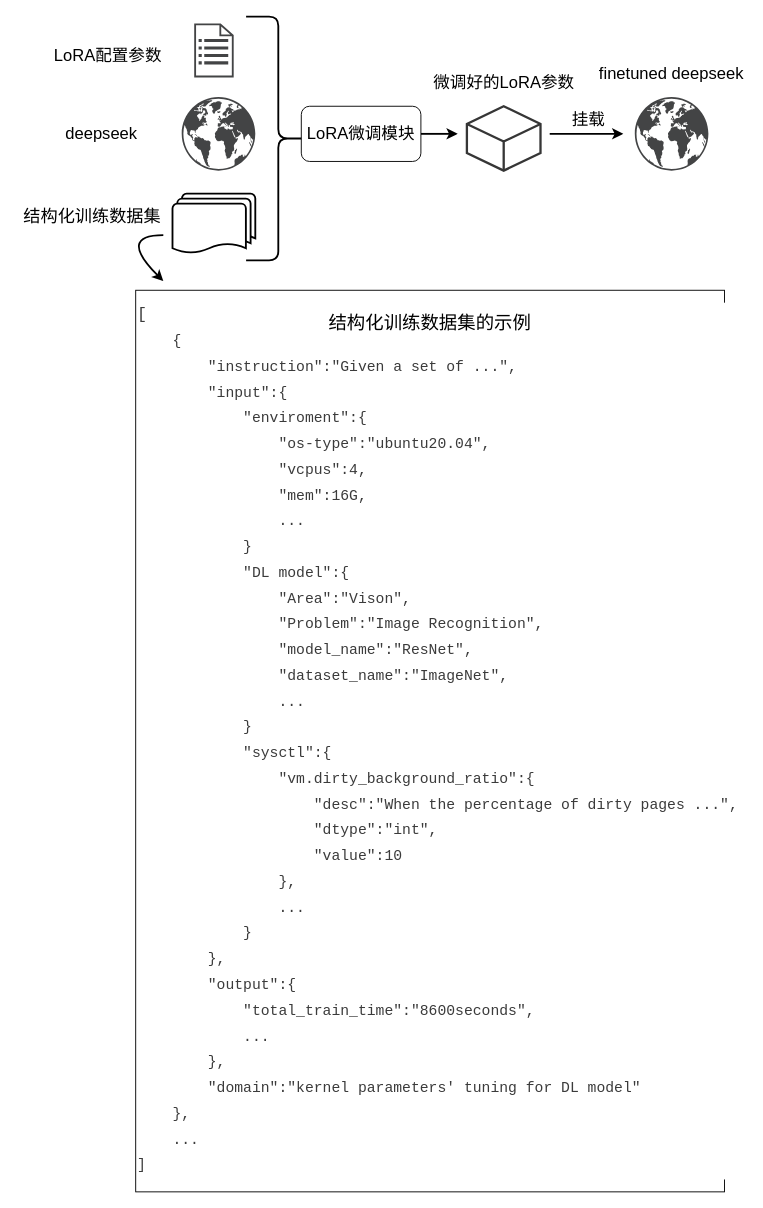
Before: page "第 4 页" (4 of 7) of Agent-1.drawio in Dong-J93/_pictures, a draw.io diagram. Source tidied: cells renumbered, new cells numbered last; positions are measured from the earlier drawing's top-left corner, leaving out a move shared by most shapes. Both pictures are drawn from the tidied source at 92%, with x=0, y=0 at pixel (16, 16).
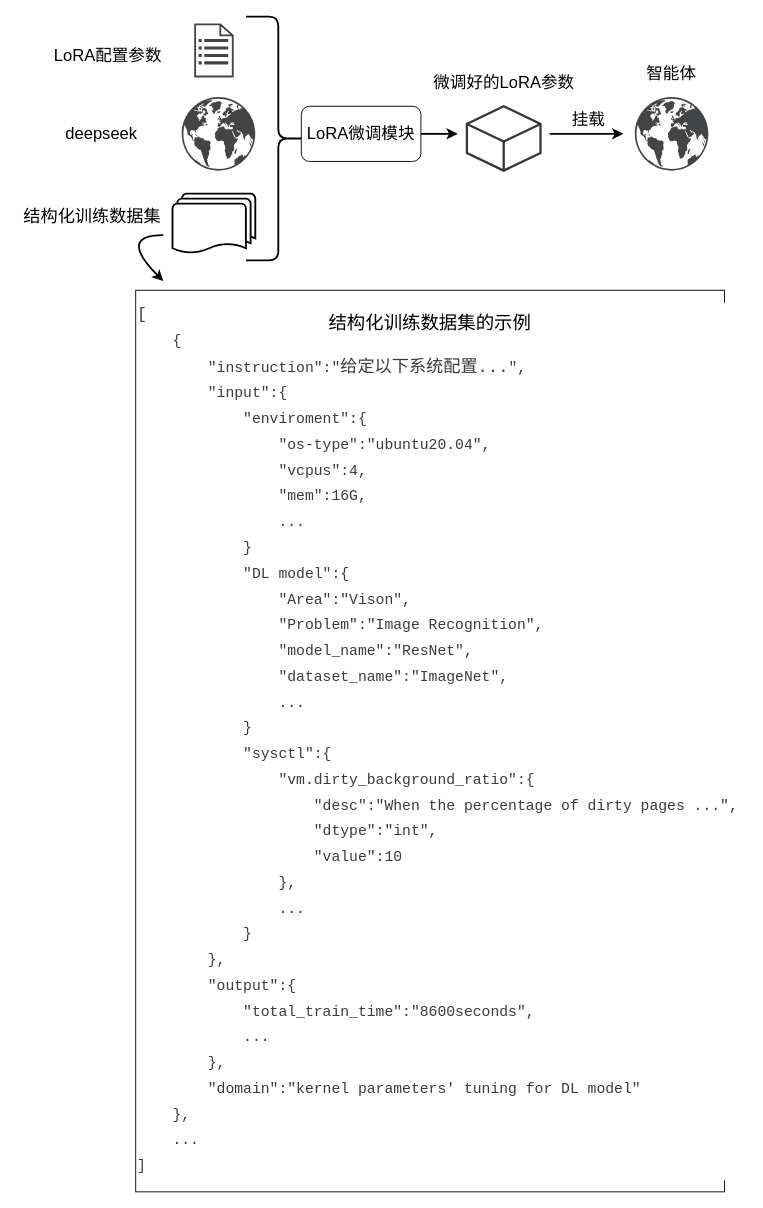
The same page after the edit.

The edit, as a diff of the source:
```diff
@@
-    <mxCell id="4" value="&lt;div style=&quot;color: rgb(59, 59, 59); background-color: rgb(255, 255, 255); line-height: 27px; white-space: pre;&quot;&gt;&lt;div style=&quot;&quot;&gt;&lt;div style=&quot;font-family: Consolas, &amp;quot;Courier New&amp;quot;, monospace; line-height: 27px;&quot;&gt;&lt;div style=&quot;&quot;&gt;&lt;font style=&quot;font-size: 18px;&quot;&gt;[&lt;/font&gt;&lt;/div&gt;&lt;div style=&quot;&quot;&gt;&lt;font size=&quot;3&quot;&gt;&amp;nbsp; &amp;nbsp; {&lt;/font&gt;&lt;/div&gt;&lt;div style=&quot;&quot;&gt;&lt;font size=&quot;3&quot;&gt;&amp;nbsp; &amp;nbsp; &amp;nbsp; &amp;nbsp; &quot;instruction&quot;:&quot;Given a set of ...&quot;,&lt;/font&gt;&lt;/div&gt;&lt;div style=&quot;&quot;&gt;&lt;font size=&quot;3&quot;&gt;&amp;nbsp; &amp;nbsp; &amp;nbsp; &amp;nbsp; &quot;input&quot;:{&lt;/font&gt;&lt;/div&gt;&lt;div style=&quot;&quot;&gt;&lt;font size=&quot;3&quot;&gt;&amp;nbsp; &amp;nbsp; &amp;nbsp; &amp;nbsp; &amp;nbsp; &amp;nbsp; &quot;enviroment&quot;:{&lt;/font&gt;&lt;/div&gt;&lt;div style=&quot;&quot;&gt;&lt;font size=&quot;3&quot;&gt;&amp;nbsp; &amp;nbsp; &amp;nbsp; &amp;nbsp; &amp;nbsp; &amp;nbsp; &amp;nbsp; &amp;nbsp; &quot;os-type&quot;:&quot;ubuntu20.04&quot;,&lt;/font&gt;&lt;/div&gt;&lt;div style=&quot;&quot;&gt;&lt;font size=&quot;3&quot;&gt;&amp;nbsp; &amp;nbsp; &amp;nbsp; &amp;nbsp; &amp;nbsp; &amp;nbsp; &amp;nbsp; &amp;nbsp; &quot;vcpus&quot;:4,&lt;/font&gt;&lt;/div&gt;&lt;div style=&quot;&quot;&gt;&lt;font size=&quot;3&quot;&gt;&amp;nbsp; &amp;nbsp; &amp;nbsp; &amp;nbsp; &amp;nbsp; &amp;nbsp; &amp;nbsp; &amp;nbsp; &quot;mem&quot;:16G,&lt;/font&gt;&lt;/div&gt;&lt;div style=&quot;&quot;&gt;&lt;font size=&quot;3&quot;&gt;&amp;nbsp; &amp;nbsp; &amp;nbsp; &amp;nbsp; &amp;nbsp; &amp;nbsp; &amp;nbsp; &amp;nbsp; ...&lt;/font&gt;&lt;/div&gt;&lt;div style=&quot;&quot;&gt;&lt;font size=&quot;3&quot;&gt;&amp;nbsp; &amp;nbsp; &amp;nbsp; &amp;nbsp; &amp;nbsp; &amp;nbsp; }&lt;/font&gt;&lt;/div&gt;&lt;div style=&quot;&quot;&gt;&lt;font size=&quot;3&quot;&gt;&amp;nbsp; &amp;nbsp; &amp;nbsp; &amp;nbsp; &amp;nbsp; &amp;nbsp; &quot;DL model&quot;:{&lt;/font&gt;&lt;/div&gt;&lt;div style=&quot;&quot;&gt;&lt;font size=&quot;3&quot;&gt;&amp;nbsp; &amp;nbsp; &amp;nbsp; &amp;nbsp; &amp;nbsp; &amp;nbsp; &amp;nbsp; &amp;nbsp; &quot;Area&quot;:&quot;Vison&quot;,&lt;/font&gt;&lt;/div&gt;&lt;div style=&quot;&quot;&gt;&lt;font size=&quot;3&quot;&gt;&amp;nbsp; &amp;nbsp; &amp;nbsp; &amp;nbsp; &amp;nbsp; &amp;nbsp; &amp;nbsp; &amp;nbsp; &quot;Problem&quot;:&quot;Image Recognition&quot;,&lt;/font&gt;&lt;/div&gt;&lt;div style=&quot;&quot;&gt;&lt;font size=&quot;3&quot;&gt;&amp;nbsp; &amp;nbsp; &amp;nbsp; &amp;nbsp; &amp;nbsp; &amp;nbsp; &amp;nbsp; &amp;nbsp; &quot;model_name&quot;:&quot;ResNet&quot;,&lt;/font&gt;&lt;/div&gt;&lt;div style=&quot;&quot;&gt;&lt;font size=&quot;3&quot;&gt;&amp;nbsp; &amp;nbsp; &amp;nbsp; &amp;nbsp; &amp;nbsp; &amp;nbsp; &amp;nbsp; &amp;nbsp; &quot;dataset_name&quot;:&quot;ImageNet&quot;,&lt;/font&gt;&lt;/div&gt;&lt;div style=&quot;&quot;&gt;&lt;font size=&quot;3&quot;&gt;&amp;nbsp; &amp;nbsp; &amp;nbsp; &amp;nbsp; &amp;nbsp; &amp;nbsp; &amp;nbsp; &amp;nbsp; ...&lt;/font&gt;&lt;/div&gt;&lt;div style=&quot;&quot;&gt;&lt;font size=&quot;3&quot;&gt;&amp;nbsp; &amp;nbsp; &amp;nbsp; &amp;nbsp; &amp;nbsp; &amp;nbsp; }&lt;/font&gt;&lt;/div&gt;&lt;div style=&quot;&quot;&gt;&lt;font size=&quot;3&quot;&gt;&amp;nbsp; &amp;nbsp; &amp;nbsp; &amp;nbsp; &amp;nbsp; &amp;nbsp; &quot;sysctl&quot;:{&lt;/font&gt;&lt;/div&gt;&lt;div style=&quot;&quot;&gt;&lt;font size=&quot;3&quot;&gt;&amp;nbsp; &amp;nbsp; &amp;nbsp; &amp;nbsp; &amp;nbsp; &amp;nbsp; &amp;nbsp; &amp;nbsp; &quot;vm.dirty_background_ratio&quot;:{&lt;/font&gt;&lt;/div&gt;&lt;div style=&quot;&quot;&gt;&lt;font size=&quot;3&quot;&gt;&amp;nbsp; &amp;nbsp; &amp;nbsp; &amp;nbsp; &amp;nbsp; &amp;nbsp; &amp;nbsp; &amp;nbsp; &amp;nbsp; &amp;nbsp; &quot;desc&quot;:&quot;When the percentage of dirty pages ...&quot;,&lt;/font&gt;&lt;/div&gt;&lt;div style=&quot;&quot;&gt;&lt;font size=&quot;3&quot;&gt;&amp;nbsp; &amp;nbsp; &amp;nbsp; &amp;nbsp; &amp;nbsp; &amp;nbsp; &amp;nbsp; &amp;nbsp; &amp;nbsp; &amp;nbsp; &quot;dtype&quot;:&quot;int&quot;,&lt;/font&gt;&lt;/div&gt;&lt;div style=&quot;&quot;&gt;&lt;font size=&quot;3&quot;&gt;&amp;nbsp; &amp;nbsp; &amp;nbsp; &amp;nbsp; &amp;nbsp; &amp;nbsp; &amp;nbsp; &amp;nbsp; &amp;nbsp; &amp;nbsp; &quot;value&quot;:10&lt;/font&gt;&lt;/div&gt;&lt;div style=&quot;&quot;&gt;&lt;font size=&quot;3&quot;&gt;&amp;nbsp; &amp;nbsp; &amp;nbsp; &amp;nbsp; &amp;nbsp; &amp;nbsp; &amp;nbsp; &amp;nbsp; },&lt;/font&gt;&lt;/div&gt;&lt;div style=&quot;&quot;&gt;&lt;font size=&quot;3&quot;&gt;&amp;nbsp; &amp;nbsp; &amp;nbsp; &amp;nbsp; &amp;nbsp; &amp;nbsp; &amp;nbsp; &amp;nbsp; ...&lt;/font&gt;&lt;/div&gt;&lt;div style=&quot;&quot;&gt;&lt;font size=&quot;3&quot;&gt;&amp;nbsp; &amp;nbsp; &amp;nbsp; &amp;nbsp; &amp;nbsp; &amp;nbsp; }&lt;/font&gt;&lt;/div&gt;&lt;div style=&quot;&quot;&gt;&lt;font size=&quot;3&quot;&gt;&amp;nbsp; &amp;nbsp; &amp;nbsp; &amp;nbsp; },&lt;/font&gt;&lt;/div&gt;&lt;div style=&quot;&quot;&gt;&lt;font size=&quot;3&quot;&gt;&amp;nbsp; &amp;nbsp; &amp;nbsp; &amp;nbsp; &quot;output&quot;:{&lt;/font&gt;&lt;/div&gt;&lt;div style=&quot;&quot;&gt;&lt;font size=&quot;3&quot;&gt;&amp;nbsp; &amp;nbsp; &amp;nbsp; &amp;nbsp; &amp;nbsp; &amp;nbsp; &quot;total_train_time&quot;:&quot;8600seconds&quot;,&lt;/font&gt;&lt;/div&gt;&lt;div style=&quot;&quot;&gt;&lt;font size=&quot;3&quot;&gt;&amp;nbsp; &amp;nbsp; &amp;nbsp; &amp;nbsp; &amp;nbsp; &amp;nbsp; ...&lt;/font&gt;&lt;/div&gt;&lt;div style=&quot;&quot;&gt;&lt;font size=&quot;3&quot;&gt;&amp;nbsp; &amp;nbsp; &amp;nbsp; &amp;nbsp; },&lt;/font&gt;&lt;/div&gt;&lt;div style=&quot;&quot;&gt;&lt;font size=&quot;3&quot;&gt;&amp;nbsp; &amp;nbsp; &amp;nbsp; &amp;nbsp; &quot;domain&quot;:&quot;kernel parameters' tuning for DL model&quot;&lt;/font&gt;&lt;/div&gt;&lt;div style=&quot;&quot;&gt;&lt;font size=&quot;3&quot;&gt;&amp;nbsp; &amp;nbsp; },&lt;/font&gt;&lt;/div&gt;&lt;div style=&quot;&quot;&gt;&lt;font size=&quot;3&quot;&gt;&amp;nbsp; &amp;nbsp; ...&lt;/font&gt;&lt;/div&gt;&lt;div style=&quot;&quot;&gt;&lt;font size=&quot;3&quot;&gt;]&lt;/font&gt;&lt;/div&gt;&lt;/div&gt;&lt;/div&gt;&lt;/div&gt;" style="rounded=0;whiteSpace=wrap;html=1;align=left;" parent="1" vertex="1">
+    <mxCell id="4" value="&lt;div style=&quot;color: rgb(59, 59, 59); background-color: rgb(255, 255, 255); line-height: 27px; white-space: pre;&quot;&gt;&lt;div style=&quot;&quot;&gt;&lt;div style=&quot;font-family: Consolas, &amp;quot;Courier New&amp;quot;, monospace; line-height: 27px;&quot;&gt;&lt;div style=&quot;&quot;&gt;&lt;font style=&quot;font-size: 18px;&quot;&gt;[&lt;/font&gt;&lt;/div&gt;&lt;div style=&quot;&quot;&gt;&lt;font size=&quot;3&quot;&gt;&amp;nbsp; &amp;nbsp; {&lt;/font&gt;&lt;/div&gt;&lt;div style=&quot;&quot;&gt;&lt;font size=&quot;3&quot;&gt;&amp;nbsp; &amp;nbsp; &amp;nbsp; &amp;nbsp; &quot;instruction&quot;:&quot;&lt;/font&gt;&lt;span style=&quot;font-size:14.0pt;mso-bidi-font-size:12.0pt;&lt;br/&gt;font-family:&amp;quot;Adobe 仿宋 Std R&amp;quot;,serif;mso-bidi-font-family:&amp;quot;Times New Roman&amp;quot;;&lt;br/&gt;mso-font-kerning:1.0pt;mso-ansi-language:EN-US;mso-fareast-language:ZH-CN;&lt;br/&gt;mso-bidi-language:AR-SA&quot;&gt;给定以下系统配置...&lt;/span&gt;&lt;font size=&quot;3&quot;&gt;&quot;,&lt;/font&gt;&lt;/div&gt;&lt;div style=&quot;&quot;&gt;&lt;font size=&quot;3&quot;&gt;&amp;nbsp; &amp;nbsp; &amp;nbsp; &amp;nbsp; &quot;input&quot;:{&lt;/font&gt;&lt;/div&gt;&lt;div style=&quot;&quot;&gt;&lt;font size=&quot;3&quot;&gt;&amp;nbsp; &amp;nbsp; &amp;nbsp; &amp;nbsp; &amp;nbsp; &amp;nbsp; &quot;enviroment&quot;:{&lt;/font&gt;&lt;/div&gt;&lt;div style=&quot;&quot;&gt;&lt;font size=&quot;3&quot;&gt;&amp;nbsp; &amp;nbsp; &amp;nbsp; &amp;nbsp; &amp;nbsp; &amp;nbsp; &amp;nbsp; &amp;nbsp; &quot;os-type&quot;:&quot;ubuntu20.04&quot;,&lt;/font&gt;&lt;/div&gt;&lt;div style=&quot;&quot;&gt;&lt;font size=&quot;3&quot;&gt;&amp;nbsp; &amp;nbsp; &amp;nbsp; &amp;nbsp; &amp;nbsp; &amp;nbsp; &amp;nbsp; &amp;nbsp; &quot;vcpus&quot;:4,&lt;/font&gt;&lt;/div&gt;&lt;div style=&quot;&quot;&gt;&lt;font size=&quot;3&quot;&gt;&amp;nbsp; &amp;nbsp; &amp;nbsp; &amp;nbsp; &amp;nbsp; &amp;nbsp; &amp;nbsp; &amp;nbsp; &quot;mem&quot;:16G,&lt;/font&gt;&lt;/div&gt;&lt;div style=&quot;&quot;&gt;&lt;font size=&quot;3&quot;&gt;&amp;nbsp; &amp;nbsp; &amp;nbsp; &amp;nbsp; &amp;nbsp; &amp;nbsp; &amp;nbsp; &amp;nbsp; ...&lt;/font&gt;&lt;/div&gt;&lt;div style=&quot;&quot;&gt;&lt;font size=&quot;3&quot;&gt;&amp;nbsp; &amp;nbsp; &amp;nbsp; &amp;nbsp; &amp;nbsp; &amp;nbsp; }&lt;/font&gt;&lt;/div&gt;&lt;div style=&quot;&quot;&gt;&lt;font size=&quot;3&quot;&gt;&amp;nbsp; &amp;nbsp; &amp;nbsp; &amp;nbsp; &amp;nbsp; &amp;nbsp; &quot;DL model&quot;:{&lt;/font&gt;&lt;/div&gt;&lt;div style=&quot;&quot;&gt;&lt;font size=&quot;3&quot;&gt;&amp;nbsp; &amp;nbsp; &amp;nbsp; &amp;nbsp; &amp;nbsp; &amp;nbsp; &amp;nbsp; &amp;nbsp; &quot;Area&quot;:&quot;Vison&quot;,&lt;/font&gt;&lt;/div&gt;&lt;div style=&quot;&quot;&gt;&lt;font size=&quot;3&quot;&gt;&amp;nbsp; &amp;nbsp; &amp;nbsp; &amp;nbsp; &amp;nbsp; &amp;nbsp; &amp;nbsp; &amp;nbsp; &quot;Problem&quot;:&quot;Image Recognition&quot;,&lt;/font&gt;&lt;/div&gt;&lt;div style=&quot;&quot;&gt;&lt;font size=&quot;3&quot;&gt;&amp;nbsp; &amp;nbsp; &amp;nbsp; &amp;nbsp; &amp;nbsp; &amp;nbsp; &amp;nbsp; &amp;nbsp; &quot;model_name&quot;:&quot;ResNet&quot;,&lt;/font&gt;&lt;/div&gt;&lt;div style=&quot;&quot;&gt;&lt;font size=&quot;3&quot;&gt;&amp;nbsp; &amp;nbsp; &amp;nbsp; &amp;nbsp; &amp;nbsp; &amp;nbsp; &amp;nbsp; &amp;nbsp; &quot;dataset_name&quot;:&quot;ImageNet&quot;,&lt;/font&gt;&lt;/div&gt;&lt;div style=&quot;&quot;&gt;&lt;font size=&quot;3&quot;&gt;&amp;nbsp; &amp;nbsp; &amp;nbsp; &amp;nbsp; &amp;nbsp; &amp;nbsp; &amp;nbsp; &amp;nbsp; ...&lt;/font&gt;&lt;/div&gt;&lt;div style=&quot;&quot;&gt;&lt;font size=&quot;3&quot;&gt;&amp;nbsp; &amp;nbsp; &amp;nbsp; &amp;nbsp; &amp;nbsp; &amp;nbsp; }&lt;/font&gt;&lt;/div&gt;&lt;div style=&quot;&quot;&gt;&lt;font size=&quot;3&quot;&gt;&amp;nbsp; &amp;nbsp; &amp;nbsp; &amp;nbsp; &amp;nbsp; &amp;nbsp; &quot;sysctl&quot;:{&lt;/font&gt;&lt;/div&gt;&lt;div style=&quot;&quot;&gt;&lt;font size=&quot;3&quot;&gt;&amp;nbsp; &amp;nbsp; &amp;nbsp; &amp;nbsp; &amp;nbsp; &amp;nbsp; &amp;nbsp; &amp;nbsp; &quot;vm.dirty_background_ratio&quot;:{&lt;/font&gt;&lt;/div&gt;&lt;div style=&quot;&quot;&gt;&lt;font size=&quot;3&quot;&gt;&amp;nbsp; &amp;nbsp; &amp;nbsp; &amp;nbsp; &amp;nbsp; &amp;nbsp; &amp;nbsp; &amp;nbsp; &amp;nbsp; &amp;nbsp; &quot;desc&quot;:&quot;When the percentage of dirty pages ...&quot;,&lt;/font&gt;&lt;/div&gt;&lt;div style=&quot;&quot;&gt;&lt;font size=&quot;3&quot;&gt;&amp;nbsp; &amp;nbsp; &amp;nbsp; &amp;nbsp; &amp;nbsp; &amp;nbsp; &amp;nbsp; &amp;nbsp; &amp;nbsp; &amp;nbsp; &quot;dtype&quot;:&quot;int&quot;,&lt;/font&gt;&lt;/div&gt;&lt;div style=&quot;&quot;&gt;&lt;font size=&quot;3&quot;&gt;&amp;nbsp; &amp;nbsp; &amp;nbsp; &amp;nbsp; &amp;nbsp; &amp;nbsp; &amp;nbsp; &amp;nbsp; &amp;nbsp; &amp;nbsp; &quot;value&quot;:10&lt;/font&gt;&lt;/div&gt;&lt;div style=&quot;&quot;&gt;&lt;font size=&quot;3&quot;&gt;&amp;nbsp; &amp;nbsp; &amp;nbsp; &amp;nbsp; &amp;nbsp; &amp;nbsp; &amp;nbsp; &amp;nbsp; },&lt;/font&gt;&lt;/div&gt;&lt;div style=&quot;&quot;&gt;&lt;font size=&quot;3&quot;&gt;&amp;nbsp; &amp;nbsp; &amp;nbsp; &amp;nbsp; &amp;nbsp; &amp;nbsp; &amp;nbsp; &amp;nbsp; ...&lt;/font&gt;&lt;/div&gt;&lt;div style=&quot;&quot;&gt;&lt;font size=&quot;3&quot;&gt;&amp;nbsp; &amp;nbsp; &amp;nbsp; &amp;nbsp; &amp;nbsp; &amp;nbsp; }&lt;/font&gt;&lt;/div&gt;&lt;div style=&quot;&quot;&gt;&lt;font size=&quot;3&quot;&gt;&amp;nbsp; &amp;nbsp; &amp;nbsp; &amp;nbsp; },&lt;/font&gt;&lt;/div&gt;&lt;div style=&quot;&quot;&gt;&lt;font size=&quot;3&quot;&gt;&amp;nbsp; &amp;nbsp; &amp;nbsp; &amp;nbsp; &quot;output&quot;:{&lt;/font&gt;&lt;/div&gt;&lt;div style=&quot;&quot;&gt;&lt;font size=&quot;3&quot;&gt;&amp;nbsp; &amp;nbsp; &amp;nbsp; &amp;nbsp; &amp;nbsp; &amp;nbsp; &quot;total_train_time&quot;:&quot;8600seconds&quot;,&lt;/font&gt;&lt;/div&gt;&lt;div style=&quot;&quot;&gt;&lt;font size=&quot;3&quot;&gt;&amp;nbsp; &amp;nbsp; &amp;nbsp; &amp;nbsp; &amp;nbsp; &amp;nbsp; ...&lt;/font&gt;&lt;/div&gt;&lt;div style=&quot;&quot;&gt;&lt;font size=&quot;3&quot;&gt;&amp;nbsp; &amp;nbsp; &amp;nbsp; &amp;nbsp; },&lt;/font&gt;&lt;/div&gt;&lt;div style=&quot;&quot;&gt;&lt;font size=&quot;3&quot;&gt;&amp;nbsp; &amp;nbsp; &amp;nbsp; &amp;nbsp; &quot;domain&quot;:&quot;kernel parameters' tuning for DL model&quot;&lt;/font&gt;&lt;/div&gt;&lt;div style=&quot;&quot;&gt;&lt;font size=&quot;3&quot;&gt;&amp;nbsp; &amp;nbsp; },&lt;/font&gt;&lt;/div&gt;&lt;div style=&quot;&quot;&gt;&lt;font size=&quot;3&quot;&gt;&amp;nbsp; &amp;nbsp; ...&lt;/font&gt;&lt;/div&gt;&lt;div style=&quot;&quot;&gt;&lt;font size=&quot;3&quot;&gt;]&lt;/font&gt;&lt;/div&gt;&lt;/div&gt;&lt;/div&gt;&lt;/div&gt;" style="rounded=0;whiteSpace=wrap;html=1;align=left;" parent="1" vertex="1">
       <mxGeometry x="130" y="298" width="640" height="980" as="geometry" />
     </mxCell>
@@
-    <mxCell id="10" value="&lt;font style=&quot;font-size: 18px;&quot;&gt;finetuned deepseek&lt;/font&gt;" style="text;html=1;align=center;verticalAlign=middle;whiteSpace=wrap;rounded=0;" parent="1" vertex="1">
+    <mxCell id="10" value="&lt;font style=&quot;font-size: 18px;&quot;&gt;智能体&lt;/font&gt;" style="text;html=1;align=center;verticalAlign=middle;whiteSpace=wrap;rounded=0;" parent="1" vertex="1">
       <mxGeometry x="630" y="48" width="165" height="30" as="geometry" />
     </mxCell>
```
